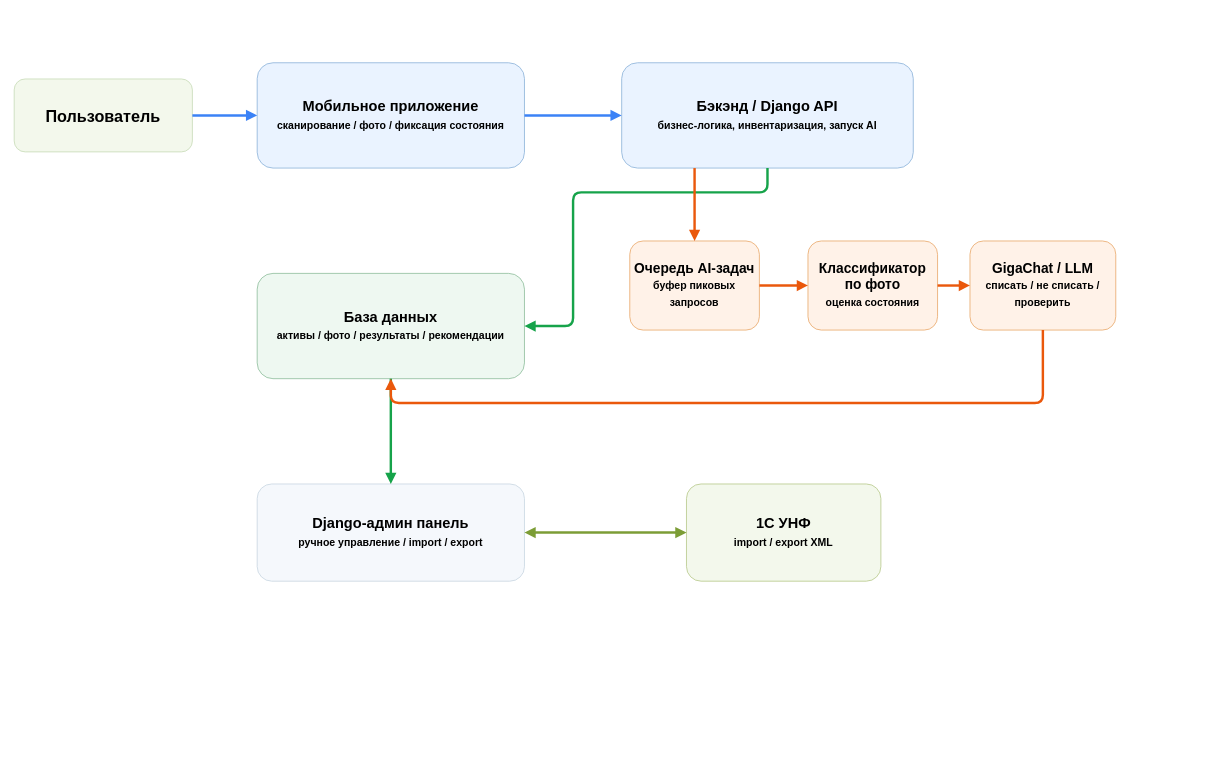
Above: docs/architecture-smartinv.drawio in gimmesec/Smartinv (draw.io), before the change. Source tidied: cells renumbered, new cells numbered last; positions are measured from the earlier drawing's top-left corner, leaving out a move shared by most shapes. Both pictures are drawn from the tidied source at 81%, with x=0, y=0 at pixel (14, 62).
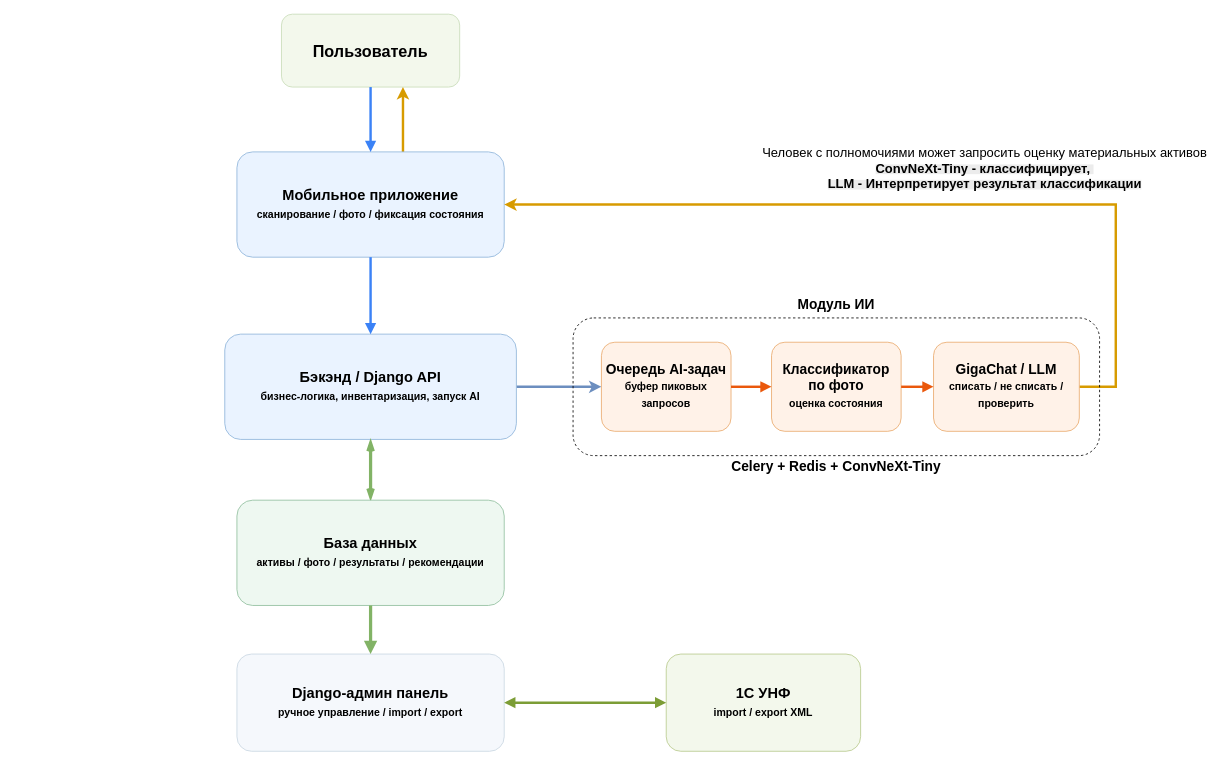
The same diagram, later.

What changed in the source:
```diff
@@
     <mxCell id="2" value="Пользователь" style="rounded=1;whiteSpace=wrap;html=1;fillColor=#f3f8ec;strokeColor=#c8dcb8;fontStyle=1;fontSize=20;align=center;verticalAlign=middle;" parent="1" vertex="1">
-      <mxGeometry y="20" width="220" height="90" as="geometry" />
+      <mxGeometry x="330" y="-60" width="220" height="90" as="geometry" />
     </mxCell>
+    <mxCell id="20" style="edgeStyle=orthogonalEdgeStyle;rounded=0;jettySize=auto;html=1;fillColor=#ffe6cc;strokeColor=#d79b00;strokeWidth=3;" parent="1" edge="1" source="3" target="2">
+      <mxGeometry relative="1" as="geometry">
+        <Array as="points">
+          <mxPoint x="480" y="60" />
+          <mxPoint x="480" y="60" />
+        </Array>
+      </mxGeometry>
+    </mxCell>
     <mxCell id="3" value="Мобильное приложение&lt;br&gt;&lt;font style=&quot;font-size:13px;&quot;&gt;сканирование / фото / фиксация состояния&lt;/font&gt;" style="rounded=1;whiteSpace=wrap;html=1;fillColor=#eaf3ff;strokeColor=#8cb3d9;fontStyle=1;fontSize=18;align=center;verticalAlign=middle;" parent="1" vertex="1">
-      <mxGeometry x="300" width="330" height="130" as="geometry" />
+      <mxGeometry x="275" y="110" width="330" height="130" as="geometry" />
     </mxCell>
+    <mxCell id="15" style="edgeStyle=orthogonalEdgeStyle;rounded=0;jettySize=auto;html=1;fillColor=#dae8fc;strokeColor=#6c8ebf;strokeWidth=3;" parent="1" edge="1" source="4" target="7">
+      <mxGeometry relative="1" as="geometry" />
+    </mxCell>
     <mxCell id="4" value="Бэкэнд / Django API&lt;br&gt;&lt;font style=&quot;font-size:13px;&quot;&gt;бизнес-логика, инвентаризация, запуск AI&lt;/font&gt;" style="rounded=1;whiteSpace=wrap;html=1;fillColor=#eaf3ff;strokeColor=#8cb3d9;fontStyle=1;fontSize=18;align=center;verticalAlign=middle;" parent="1" vertex="1">
-      <mxGeometry x="750" width="360" height="130" as="geometry" />
+      <mxGeometry x="260" y="335" width="360" height="130" as="geometry" />
     </mxCell>
+    <mxCell id="21" style="edgeStyle=orthogonalEdgeStyle;rounded=0;jettySize=auto;html=1;strokeWidth=4;fillColor=#d5e8d4;strokeColor=#82b366;startArrow=openThin;startFill=0;endArrow=openThin;endFill=0;" parent="1" edge="1" source="5" target="4">
+      <mxGeometry relative="1" as="geometry" />
+    </mxCell>
     <mxCell id="5" value="База данных&lt;br&gt;&lt;font style=&quot;font-size:13px;&quot;&gt;активы / фото / результаты / рекомендации&lt;/font&gt;" style="rounded=1;whiteSpace=wrap;html=1;fillColor=#eef8f1;strokeColor=#8fbe9d;fontStyle=1;fontSize=18;align=center;verticalAlign=middle;" parent="1" vertex="1">
-      <mxGeometry x="300" y="260" width="330" height="130" as="geometry" />
+      <mxGeometry x="275" y="540" width="330" height="130" as="geometry" />
     </mxCell>
     <mxCell id="6" value="Django-админ панель&lt;br&gt;&lt;font style=&quot;font-size:13px;&quot;&gt;ручное управление / import / export&lt;/font&gt;" style="rounded=1;whiteSpace=wrap;html=1;fillColor=#f5f8fc;strokeColor=#c9d6e2;fontStyle=1;fontSize=18;align=center;verticalAlign=middle;" parent="1" vertex="1">
-      <mxGeometry x="300" y="520" width="330" height="120" as="geometry" />
+      <mxGeometry x="275" y="730" width="330" height="120" as="geometry" />
     </mxCell>
     <mxCell id="7" value="Очередь AI-задач&lt;br&gt;&lt;font style=&quot;font-size:13px;&quot;&gt;буфер пиковых запросов&lt;/font&gt;" style="rounded=1;whiteSpace=wrap;html=1;fillColor=#fff2e8;strokeColor=#e9a96b;fontStyle=1;fontSize=17;align=center;verticalAlign=middle;" parent="1" vertex="1">
-      <mxGeometry x="760" y="220" width="160" height="110" as="geometry" />
+      <mxGeometry x="725" y="345" width="160" height="110" as="geometry" />
     </mxCell>
     <mxCell id="8" value="Классификатор&lt;br&gt;по фото&lt;br&gt;&lt;font style=&quot;font-size:13px;&quot;&gt;оценка состояния&lt;/font&gt;" style="rounded=1;whiteSpace=wrap;html=1;fillColor=#fff2e8;strokeColor=#e9a96b;fontStyle=1;fontSize=17;align=center;verticalAlign=middle;" parent="1" vertex="1">
-      <mxGeometry x="980" y="220" width="160" height="110" as="geometry" />
+      <mxGeometry x="935" y="345" width="160" height="110" as="geometry" />
     </mxCell>
+    <mxCell id="22" value="&lt;font style=&quot;font-size: 16px;&quot;&gt;Человек с полномочиями может запросить оценку материальных активов&lt;/font&gt;&lt;div&gt;&lt;b style=&quot;white-space: normal; background-color: rgb(236, 236, 236);&quot;&gt;&lt;font style=&quot;font-size: 16px;&quot;&gt;ConvNeXt-Tiny - классифицирует,&amp;nbsp;&lt;br&gt;LLM - Интерпретирует результат классификации&lt;/font&gt;&lt;/b&gt;&lt;/div&gt;" style="edgeStyle=orthogonalEdgeStyle;rounded=0;jettySize=auto;html=1;entryX=1;entryY=0.5;entryDx=0;entryDy=0;strokeWidth=3;fillColor=#ffe6cc;strokeColor=#d79b00;" parent="1" edge="1" source="9" target="3">
+      <mxGeometry x="-0.16" y="-45" relative="1" as="geometry">
+        <Array as="points">
+          <mxPoint x="1360" y="175" />
+        </Array>
+        <mxPoint x="-1" as="offset" />
+      </mxGeometry>
+    </mxCell>
     <mxCell id="9" value="GigaChat / LLM&lt;br&gt;&lt;font style=&quot;font-size:13px;&quot;&gt;списать / не списать / проверить&lt;/font&gt;" style="rounded=1;whiteSpace=wrap;html=1;fillColor=#fff2e8;strokeColor=#e9a96b;fontStyle=1;fontSize=17;align=center;verticalAlign=middle;" parent="1" vertex="1">
-      <mxGeometry x="1180" y="220" width="180" height="110" as="geometry" />
+      <mxGeometry x="1135" y="345" width="180" height="110" as="geometry" />
     </mxCell>
     <mxCell id="10" value="1С УНФ&lt;br&gt;&lt;font style=&quot;font-size:13px;&quot;&gt;import / export XML&lt;/font&gt;" style="rounded=1;whiteSpace=wrap;html=1;fillColor=#f3f8ec;strokeColor=#b8c98b;fontStyle=1;fontSize=18;align=center;verticalAlign=middle;" parent="1" vertex="1">
-      <mxGeometry x="830" y="520" width="240" height="120" as="geometry" />
+      <mxGeometry x="805" y="730" width="240" height="120" as="geometry" />
     </mxCell>
@@
-    <mxCell id="13" style="endArrow=block;endFill=1;strokeWidth=3;strokeColor=#16a34a;" parent="1" edge="1" source="4" target="5">
-      <mxGeometry relative="1" as="geometry">
-        <Array as="points">
-          <mxPoint x="930" y="160" />
-          <mxPoint x="690" y="160" />
-          <mxPoint x="690" y="325" />
-        </Array>
-      </mxGeometry>
-    </mxCell>
-    <mxCell id="14" style="endArrow=block;endFill=1;strokeWidth=3;strokeColor=#16a34a;" parent="1" edge="1" source="5" target="6">
+    <mxCell id="14" style="endArrow=block;endFill=1;strokeWidth=4;strokeColor=#82b366;fillColor=#d5e8d4;" parent="1" edge="1" source="5" target="6">
       <mxGeometry relative="1" as="geometry" />
     </mxCell>
-    <mxCell id="15" style="endArrow=block;endFill=1;strokeWidth=3;strokeColor=#ea580c;exitX=0.25;exitY=1;exitDx=0;exitDy=0;" parent="1" edge="1" source="4" target="7">
-      <mxGeometry relative="1" as="geometry" />
-    </mxCell>
@@
-    <mxCell id="18" style="endArrow=block;endFill=1;strokeWidth=3;strokeColor=#ea580c;" parent="1" edge="1" source="9" target="5">
-      <mxGeometry relative="1" as="geometry">
-        <Array as="points">
-          <mxPoint x="1270" y="420" />
-          <mxPoint x="465" y="420" />
-        </Array>
-      </mxGeometry>
-    </mxCell>
@@
+    <mxCell id="23" style="rounded=1;whiteSpace=wrap;html=1;fillColor=none;dashed=1;" parent="1" vertex="1">
+      <mxGeometry x="690" y="315" width="650" height="170" as="geometry" />
+    </mxCell>
+    <mxCell id="24" value="&lt;font style=&quot;font-size: 17px;&quot;&gt;&lt;b&gt;Модуль ИИ&lt;/b&gt;&lt;/font&gt;" style="text;html=1;whiteSpace=wrap;strokeColor=none;fillColor=none;align=center;verticalAlign=middle;rounded=0;" parent="1" vertex="1">
+      <mxGeometry x="955" y="285" width="120" height="30" as="geometry" />
+    </mxCell>
+    <mxCell id="25" value="&lt;span style=&quot;font-size: 17px;&quot;&gt;&lt;b&gt;Celery + Redis + ConvNeXt-Tiny&lt;/b&gt;&lt;/span&gt;" style="text;html=1;whiteSpace=wrap;strokeColor=none;fillColor=none;align=center;verticalAlign=middle;rounded=0;" parent="1" vertex="1">
+      <mxGeometry x="865" y="485" width="300" height="30" as="geometry" />
+    </mxCell>
```
